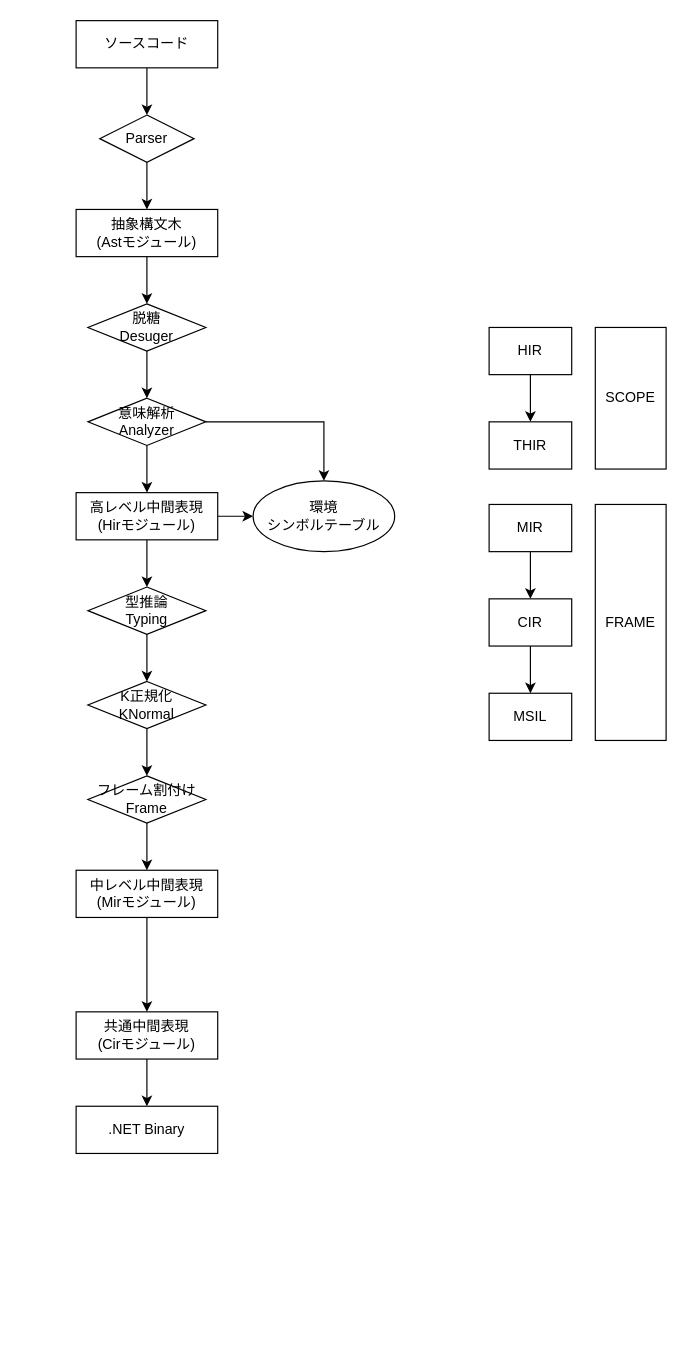
Before: draft/overview.drawio in nak5655/atla-lang, a draw.io diagram. Source tidied: cells renumbered, new cells numbered last; positions are measured from the earlier drawing's top-left corner, leaving out a move shared by most shapes. Both pictures are drawn from the tidied source at 118%, with x=0, y=0 at pixel (76, 20).
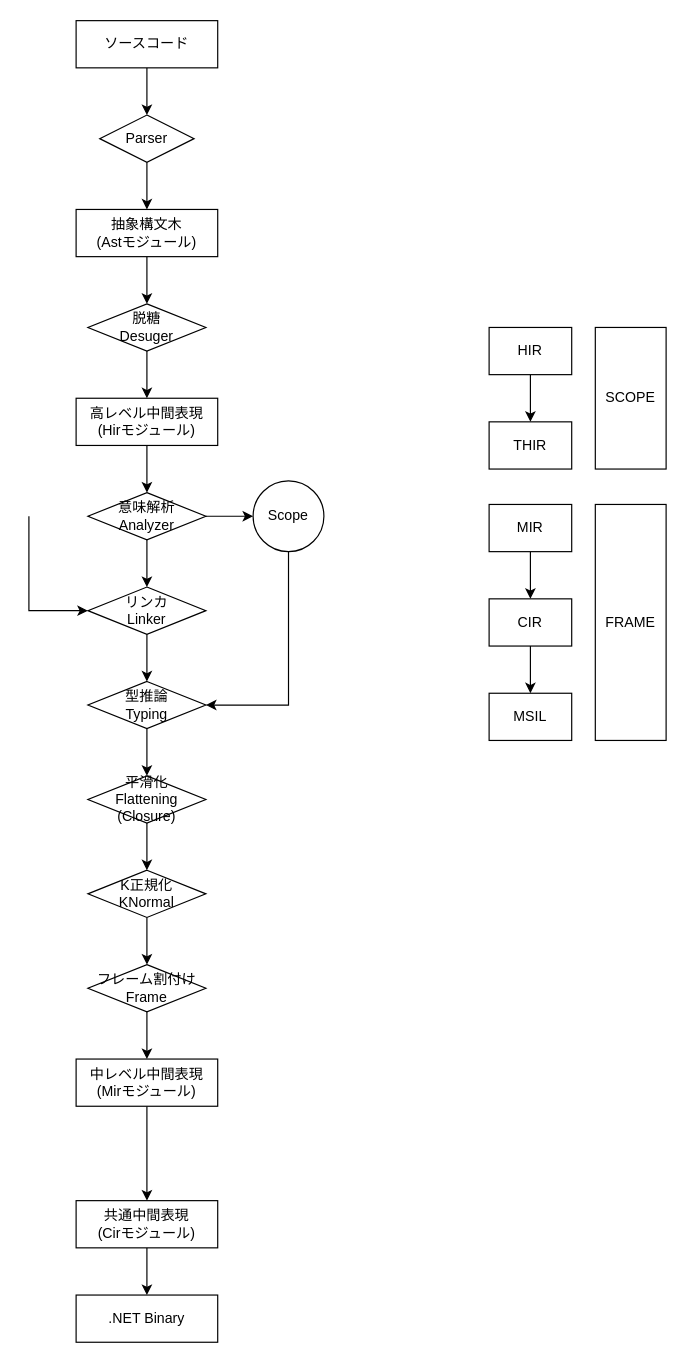
The same page after the edit.

The change refers to these unchanged cells:
```xml
<mxCell id="15" value="脱糖&lt;br&gt;Desuger" style="rhombus;whiteSpace=wrap;html=1;rounded=0;" parent="1" vertex="1">
  <mxGeometry x="10" y="240" width="100" height="40" as="geometry" />
</mxCell>
```

Change to the diagram source:
```diff
@@
     <mxCell id="3" value="共通中間表現&lt;br&gt;(Cirモジュール)" style="rounded=0;whiteSpace=wrap;html=1;" parent="1" vertex="1">
-      <mxGeometry y="840" width="120" height="40" as="geometry" />
+      <mxGeometry y="1000" width="120" height="40" as="geometry" />
     </mxCell>
     <mxCell id="4" value=".NET Binary" style="rounded=0;whiteSpace=wrap;html=1;" parent="1" vertex="1">
-      <mxGeometry y="920" width="120" height="40" as="geometry" />
+      <mxGeometry y="1080" width="120" height="40" as="geometry" />
     </mxCell>
@@
-    <mxCell id="11" style="edgeStyle=orthogonalEdgeStyle;rounded=0;jettySize=auto;html=1;" parent="1" edge="1" source="13" target="16">
-      <mxGeometry relative="1" as="geometry" />
-    </mxCell>
-    <mxCell id="12" style="edgeStyle=orthogonalEdgeStyle;rounded=0;jettySize=auto;html=1;" parent="1" edge="1" source="13" target="20">
-      <mxGeometry relative="1" as="geometry" />
-    </mxCell>
+    <mxCell id="38" style="edgeStyle=orthogonalEdgeStyle;rounded=0;jettySize=auto;html=1;entryX=0.5;entryY=0;entryDx=0;entryDy=0;" parent="1" edge="1" source="13" target="27">
+      <mxGeometry relative="1" as="geometry" />
+    </mxCell>
     <mxCell id="13" value="高レベル中間表現&lt;br&gt;(Hirモジュール)" style="whiteSpace=wrap;html=1;rounded=0;" parent="1" vertex="1">
-      <mxGeometry y="400" width="120" height="40" as="geometry" />
+      <mxGeometry y="320" width="120" height="40" as="geometry" />
     </mxCell>
-    <mxCell id="14" style="edgeStyle=orthogonalEdgeStyle;rounded=0;jettySize=auto;html=1;" parent="1" edge="1" source="15" target="27">
-      <mxGeometry relative="1" as="geometry" />
-    </mxCell>
+    <mxCell id="39" style="edgeStyle=orthogonalEdgeStyle;rounded=0;jettySize=auto;html=1;" parent="1" edge="1" source="15" target="13">
+      <mxGeometry relative="1" as="geometry" />
+    </mxCell>
@@
+    <mxCell id="40" style="edgeStyle=orthogonalEdgeStyle;rounded=0;jettySize=auto;html=1;entryX=0.5;entryY=0;entryDx=0;entryDy=0;" parent="1" edge="1" source="16" target="47">
+      <mxGeometry relative="1" as="geometry" />
+    </mxCell>
     <mxCell id="16" value="型推論&lt;br&gt;Typing" style="rhombus;whiteSpace=wrap;html=1;rounded=0;" parent="1" vertex="1">
-      <mxGeometry x="10" y="480" width="100" height="40" as="geometry" />
+      <mxGeometry x="10" y="560" width="100" height="40" as="geometry" />
     </mxCell>
@@
     <mxCell id="18" value="K正規化&lt;br&gt;KNormal" style="rhombus;whiteSpace=wrap;html=1;rounded=0;" parent="1" vertex="1">
-      <mxGeometry x="10" y="560" width="100" height="40" as="geometry" />
+      <mxGeometry x="10" y="720" width="100" height="40" as="geometry" />
     </mxCell>
-    <mxCell id="19" style="edgeStyle=orthogonalEdgeStyle;rounded=0;jettySize=auto;html=1;" parent="1" edge="1" source="16" target="18">
-      <mxGeometry relative="1" as="geometry" />
-    </mxCell>
+    <mxCell id="41" style="edgeStyle=orthogonalEdgeStyle;rounded=0;jettySize=auto;html=1;entryX=1;entryY=0.5;entryDx=0;entryDy=0;" parent="1" edge="1" source="20" target="16">
+      <mxGeometry relative="1" as="geometry">
+        <Array as="points">
+          <mxPoint x="180" y="580" />
+        </Array>
+      </mxGeometry>
+    </mxCell>
-    <mxCell id="20" value="環境&lt;br&gt;シンボルテーブル" style="ellipse;whiteSpace=wrap;html=1;" parent="1" vertex="1">
-      <mxGeometry x="150" y="390" width="120" height="60" as="geometry" />
+    <mxCell id="20" value="Scope" style="ellipse;whiteSpace=wrap;html=1;" parent="1" vertex="1">
+      <mxGeometry x="150" y="390" width="60" height="60" as="geometry" />
     </mxCell>
@@
     <mxCell id="22" value="フレーム割付け&lt;br&gt;Frame" style="rhombus;whiteSpace=wrap;html=1;rounded=0;" parent="1" vertex="1">
-      <mxGeometry x="10" y="640" width="100" height="40" as="geometry" />
+      <mxGeometry x="10" y="800" width="100" height="40" as="geometry" />
     </mxCell>
@@
     <mxCell id="24" value="中レベル中間表現&lt;br&gt;(Mirモジュール)" style="whiteSpace=wrap;html=1;rounded=0;" parent="1" vertex="1">
-      <mxGeometry y="720" width="120" height="40" as="geometry" />
+      <mxGeometry y="880" width="120" height="40" as="geometry" />
     </mxCell>
-    <mxCell id="25" style="edgeStyle=orthogonalEdgeStyle;rounded=0;jettySize=auto;html=1;" parent="1" edge="1" source="27" target="13">
-      <mxGeometry relative="1" as="geometry" />
-    </mxCell>
-    <mxCell id="26" style="edgeStyle=orthogonalEdgeStyle;rounded=0;jettySize=auto;html=1;entryX=0.5;entryY=0;entryDx=0;entryDy=0;" parent="1" edge="1" source="27" target="20">
+    <mxCell id="26" style="edgeStyle=orthogonalEdgeStyle;rounded=0;jettySize=auto;html=1;" parent="1" edge="1" source="27" target="20">
       <mxGeometry relative="1" as="geometry" />
     </mxCell>
+    <mxCell id="42" style="edgeStyle=orthogonalEdgeStyle;rounded=0;jettySize=auto;html=1;" parent="1" edge="1" source="27" target="44">
+      <mxGeometry relative="1" as="geometry" />
+    </mxCell>
     <mxCell id="27" value="意味解析&lt;br&gt;Analyzer" style="rhombus;whiteSpace=wrap;html=1;rounded=0;" parent="1" vertex="1">
-      <mxGeometry x="10" y="320" width="100" height="40" as="geometry" />
+      <mxGeometry x="10" y="400" width="100" height="40" as="geometry" />
     </mxCell>
@@
+    <mxCell id="43" style="edgeStyle=orthogonalEdgeStyle;rounded=0;jettySize=auto;html=1;" parent="1" edge="1" source="44" target="16">
+      <mxGeometry relative="1" as="geometry" />
+    </mxCell>
+    <mxCell id="44" value="リンカ&lt;br&gt;Linker" style="rhombus;whiteSpace=wrap;html=1;rounded=0;" parent="1" vertex="1">
+      <mxGeometry x="10" y="480" width="100" height="40" as="geometry" />
+    </mxCell>
+    <mxCell id="45" style="endArrow=classic;html=1;rounded=0;entryX=0;entryY=0.5;entryDx=0;entryDy=0;" parent="1" edge="1" target="44">
+      <mxGeometry relative="1" as="geometry">
+        <mxPoint x="-40" y="420" as="sourcePoint" />
+        <Array as="points">
+          <mxPoint x="-40" y="500" />
+        </Array>
+      </mxGeometry>
+    </mxCell>
+    <mxCell id="46" style="edgeStyle=orthogonalEdgeStyle;rounded=0;jettySize=auto;html=1;exitX=0.5;exitY=1;exitDx=0;exitDy=0;entryX=0.5;entryY=0;entryDx=0;entryDy=0;" parent="1" edge="1" source="47" target="18">
+      <mxGeometry relative="1" as="geometry" />
+    </mxCell>
+    <mxCell id="47" value="平滑化&lt;br&gt;Flattening&lt;br&gt;(Closure)" style="rhombus;whiteSpace=wrap;html=1;rounded=0;" parent="1" vertex="1">
+      <mxGeometry x="10" y="640" width="100" height="40" as="geometry" />
+    </mxCell>
```
